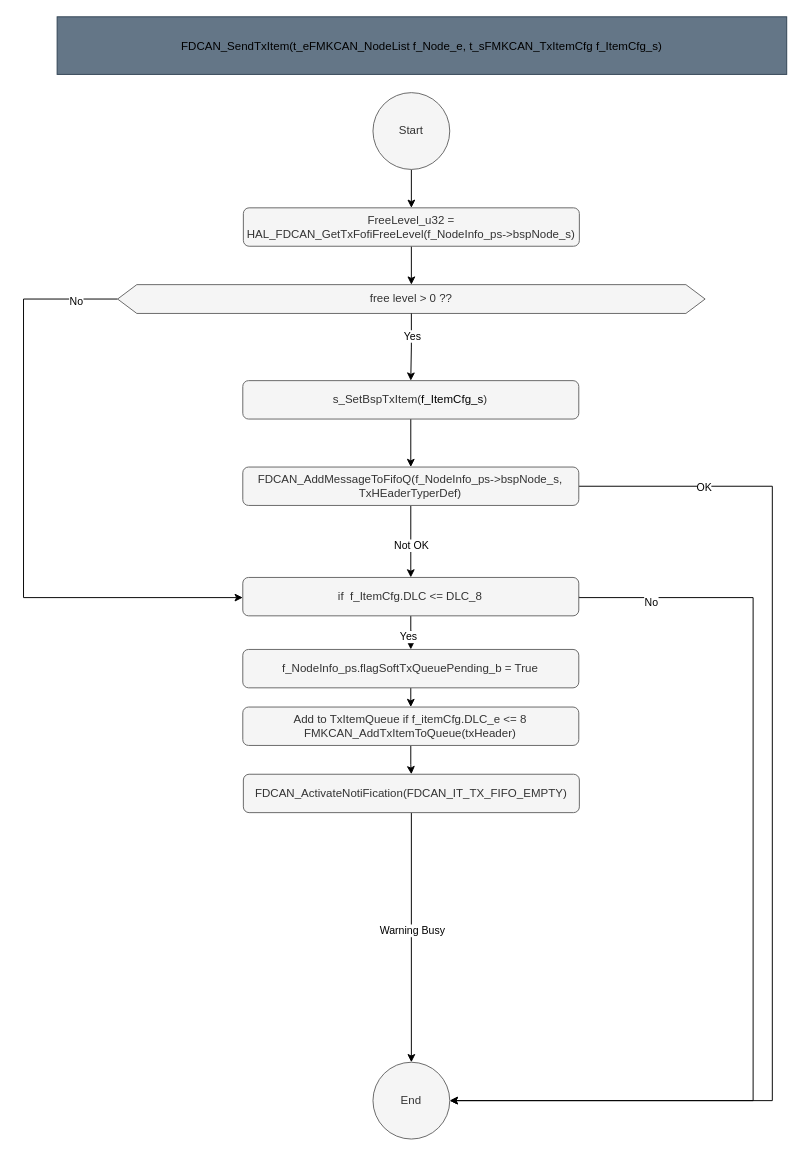
Earlier version of the draw.io diagram page "sFDCAN_SendTxItem" (12 of 17) of src/1_FMK/FMK_HAL/FMK_CAN/Doc/Architecture/FMK_CAN.drawio (mbarbeau0545/PickersRobotPOC). Source tidied: cells renumbered, new cells numbered last; positions are measured from the earlier drawing's top-left corner, leaving out a move shared by most shapes. Both pictures are drawn from the tidied source at 96%, with x=0, y=0 at pixel (23, 16).
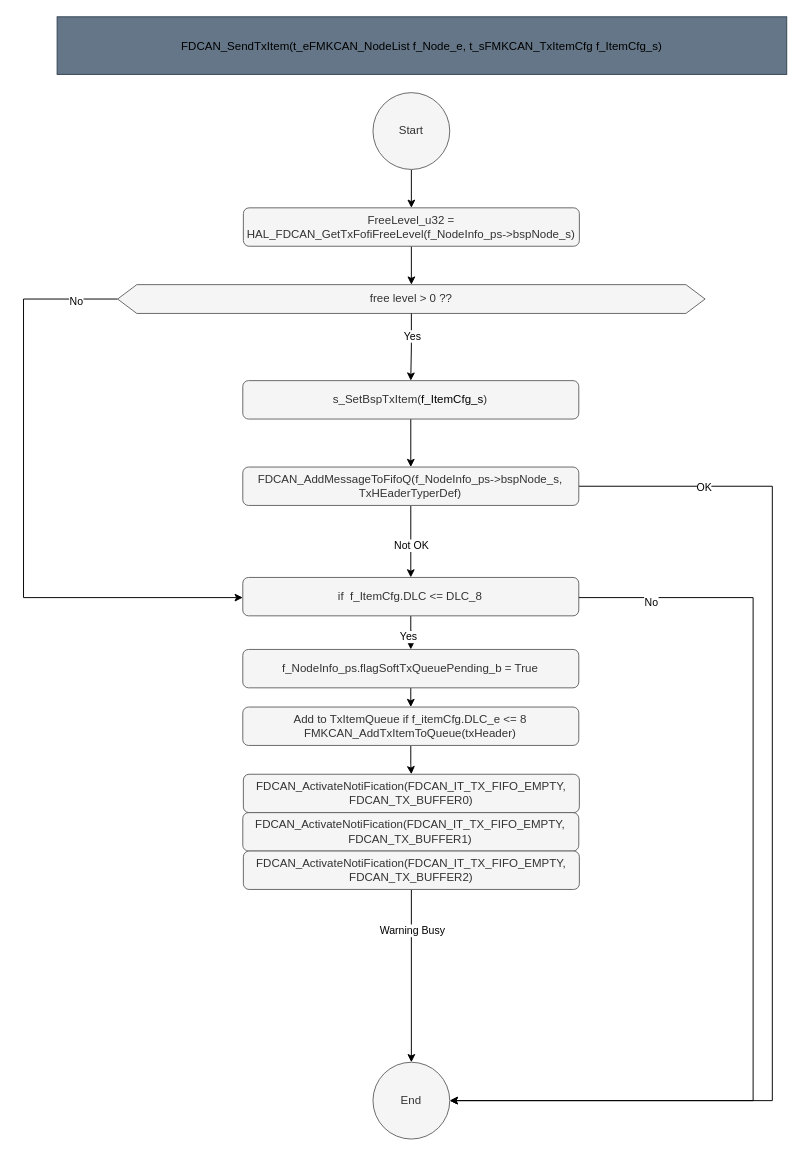
The same page after the edit.

Change to the diagram source:
```diff
@@
-    <mxCell id="27" value="FDCAN_ActivateNotiFication(FDCAN_IT_TX_FIFO_EMPTY)" style="rounded=1;whiteSpace=wrap;html=1;fillColor=#f5f5f5;fontColor=#333333;strokeColor=#666666;" parent="1" vertex="1">
+    <mxCell id="27" value="FDCAN_ActivateNotiFication(FDCAN_IT_TX_FIFO_EMPTY, FDCAN_TX_BUFFER0&lt;span style=&quot;background-color: initial;&quot;&gt;)&lt;/span&gt;" style="rounded=1;whiteSpace=wrap;html=1;fillColor=#f5f5f5;fontColor=#333333;strokeColor=#666666;" parent="1" vertex="1">
       <mxGeometry x="229" y="789" width="350" height="40" as="geometry" />
     </mxCell>
@@
+    <mxCell id="33" value="FDCAN_ActivateNotiFication(FDCAN_IT_TX_FIFO_EMPTY, FDCAN_TX_BUFFER1&lt;span style=&quot;background-color: initial;&quot;&gt;)&lt;/span&gt;" style="rounded=1;whiteSpace=wrap;html=1;fillColor=#f5f5f5;fontColor=#333333;strokeColor=#666666;" parent="1" vertex="1">
+      <mxGeometry x="228.4" y="829" width="350" height="40" as="geometry" />
+    </mxCell>
+    <mxCell id="34" value="FDCAN_ActivateNotiFication(FDCAN_IT_TX_FIFO_EMPTY, FDCAN_TX_BUFFER2&lt;span style=&quot;background-color: initial;&quot;&gt;)&lt;/span&gt;" style="rounded=1;whiteSpace=wrap;html=1;fillColor=#f5f5f5;fontColor=#333333;strokeColor=#666666;" parent="1" vertex="1">
+      <mxGeometry x="229" y="869" width="350" height="40" as="geometry" />
+    </mxCell>
```
